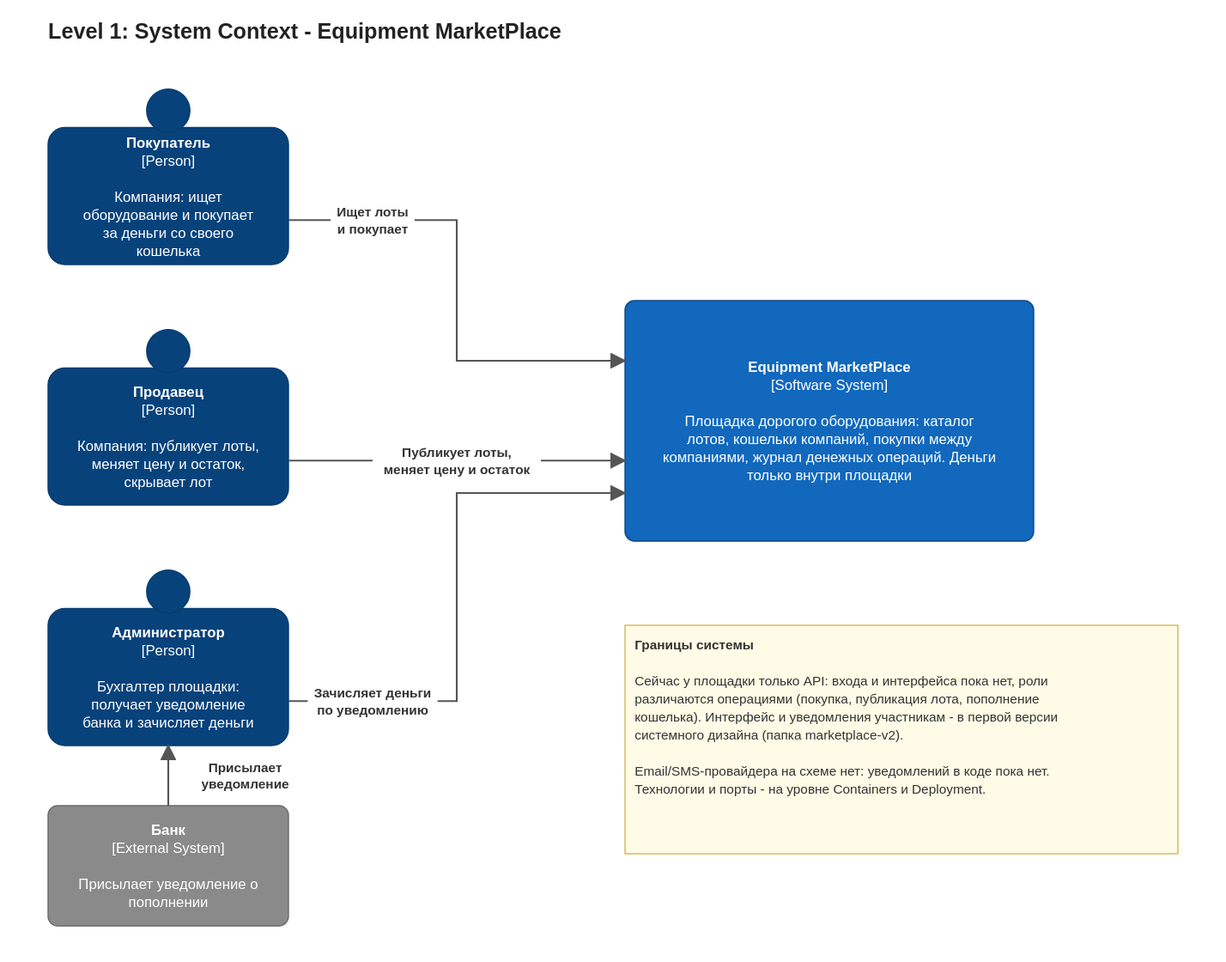
Before: docs/architecture/L1 - System Context.drawio.svg, a diagram exported from draw.io (Elaman19/system-design). Source tidied: cells renumbered, new cells last; positions are measured from the earlier drawing's top-left corner, leaving out a move shared by most shapes.
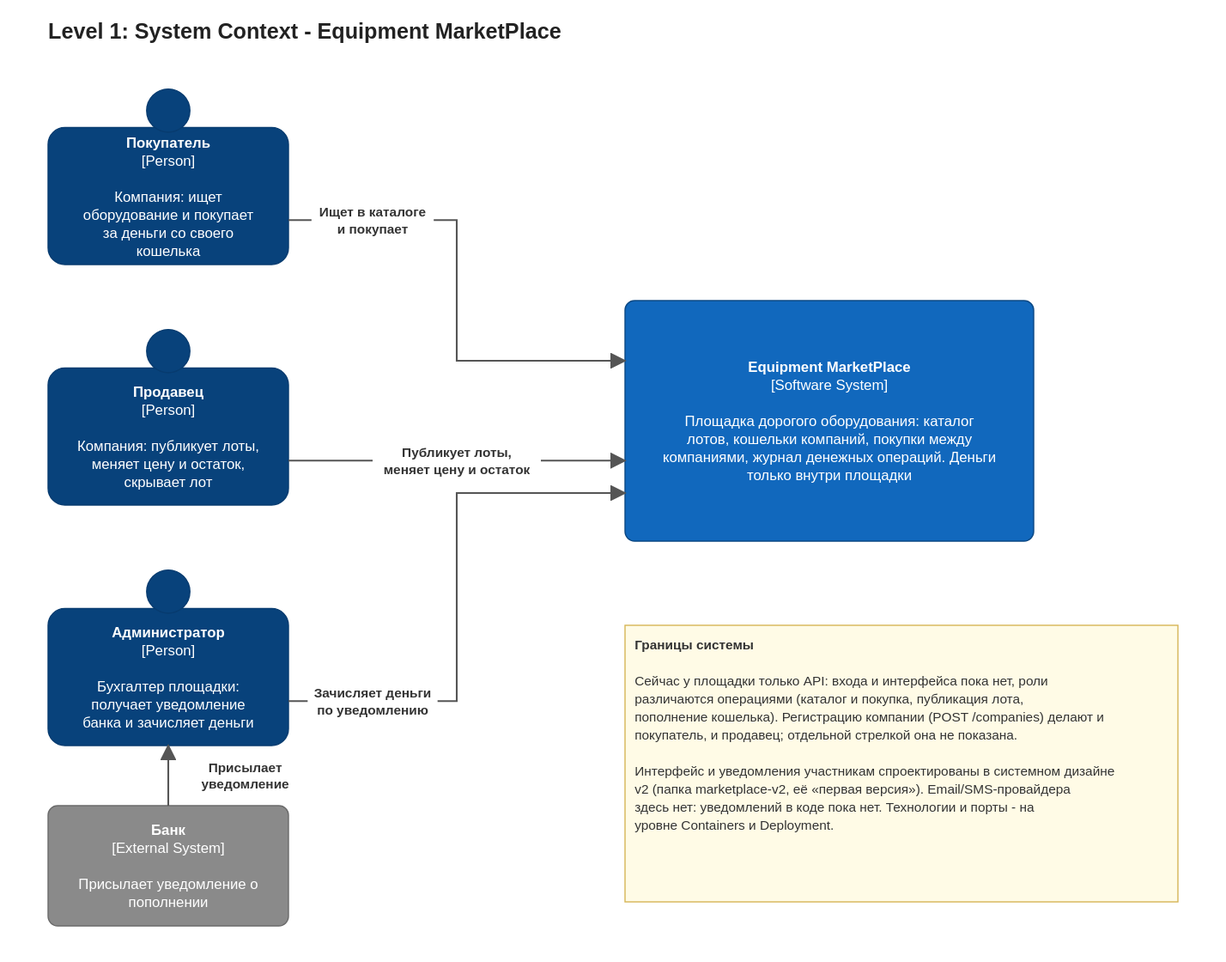
After the change.

Change to the diagram source:
```diff
@@ -20,10 +20,10 @@
     <mxCell id="7" value="&lt;b&gt;Equipment MarketPlace&lt;/b&gt;&lt;br&gt;[Software System]&lt;br&gt;&lt;br&gt;Площадка дорогого оборудования: каталог лотов, кошельки компаний, покупки между компаниями, журнал денежных операций. Деньги только внутри площадки" style="fontFamily=Helvetica;html=1;whiteSpace=wrap;fontSize=12;rounded=1;arcSize=8;fillColor=#1168bd;strokeColor=#0b4884;fontColor=#ffffff;" parent="1" vertex="1">
       <mxGeometry x="480" y="236" width="340" height="200" as="geometry" />
     </mxCell>
-    <mxCell id="8" value="&lt;b&gt;Границы системы&lt;/b&gt;&lt;br&gt;&lt;br&gt;Сейчас у площадки только API: входа и интерфейса пока нет, роли различаются операциями (покупка, публикация лота, пополнение кошелька). Интерфейс и уведомления участникам - в первой версии системного дизайна (папка marketplace-v2).&lt;br&gt;&lt;br&gt;Email/SMS-провайдера на схеме нет: уведомлений в коде пока нет. Технологии и порты - на уровне Containers и Deployment." style="fontFamily=Helvetica;html=1;whiteSpace=wrap;fontSize=12;rounded=0;fillColor=#fffbe6;strokeColor=#d6b656;fontColor=#333333;align=left;verticalAlign=top;spacing=8;fontSize=11;" parent="1" vertex="1">
-      <mxGeometry x="480" y="506" width="460" height="190" as="geometry" />
+    <mxCell id="8" value="&lt;b&gt;Границы системы&lt;/b&gt;&lt;br&gt;&lt;br&gt;Сейчас у площадки только API: входа и интерфейса пока нет, роли различаются операциями (каталог и покупка, публикация лота, пополнение кошелька). Регистрацию компании (POST /companies) делают и покупатель, и продавец; отдельной стрелкой она не показана.&lt;br&gt;&lt;br&gt;Интерфейс и уведомления участникам спроектированы в системном дизайне v2 (папка marketplace-v2, её «первая версия»). Email/SMS-провайдера здесь нет: уведомлений в коде пока нет. Технологии и порты - на уровне Containers и Deployment." style="fontFamily=Helvetica;html=1;whiteSpace=wrap;fontSize=12;rounded=0;fillColor=#fffbe6;strokeColor=#d6b656;fontColor=#333333;align=left;verticalAlign=top;spacing=8;fontSize=11;" parent="1" vertex="1">
+      <mxGeometry x="480" y="506" width="460" height="230" as="geometry" />
     </mxCell>
-    <mxCell id="9" value="&lt;b&gt;Ищет лоты&lt;br&gt;и покупает&lt;/b&gt;" style="fontFamily=Helvetica;html=1;whiteSpace=wrap;fontSize=11;rounded=0;endArrow=blockThin;endFill=1;strokeColor=#555555;strokeWidth=1.5;fontColor=#333333;labelBackgroundColor=#ffffff;exitX=1.0;exitY=0.675;entryX=0.0;entryY=0.25;" parent="1" edge="1" source="3" target="7">
+    <mxCell id="9" value="&lt;b&gt;Ищет в каталоге&lt;br&gt;и покупает&lt;/b&gt;" style="fontFamily=Helvetica;html=1;whiteSpace=wrap;fontSize=11;rounded=0;endArrow=blockThin;endFill=1;strokeColor=#555555;strokeWidth=1.5;fontColor=#333333;labelBackgroundColor=#ffffff;exitX=1.0;exitY=0.675;entryX=0.0;entryY=0.25;" parent="1" edge="1" source="3" target="7">
       <mxGeometry x="-0.65" relative="1" as="geometry">
         <Array as="points">
           <mxPoint x="340" y="169" />
```
